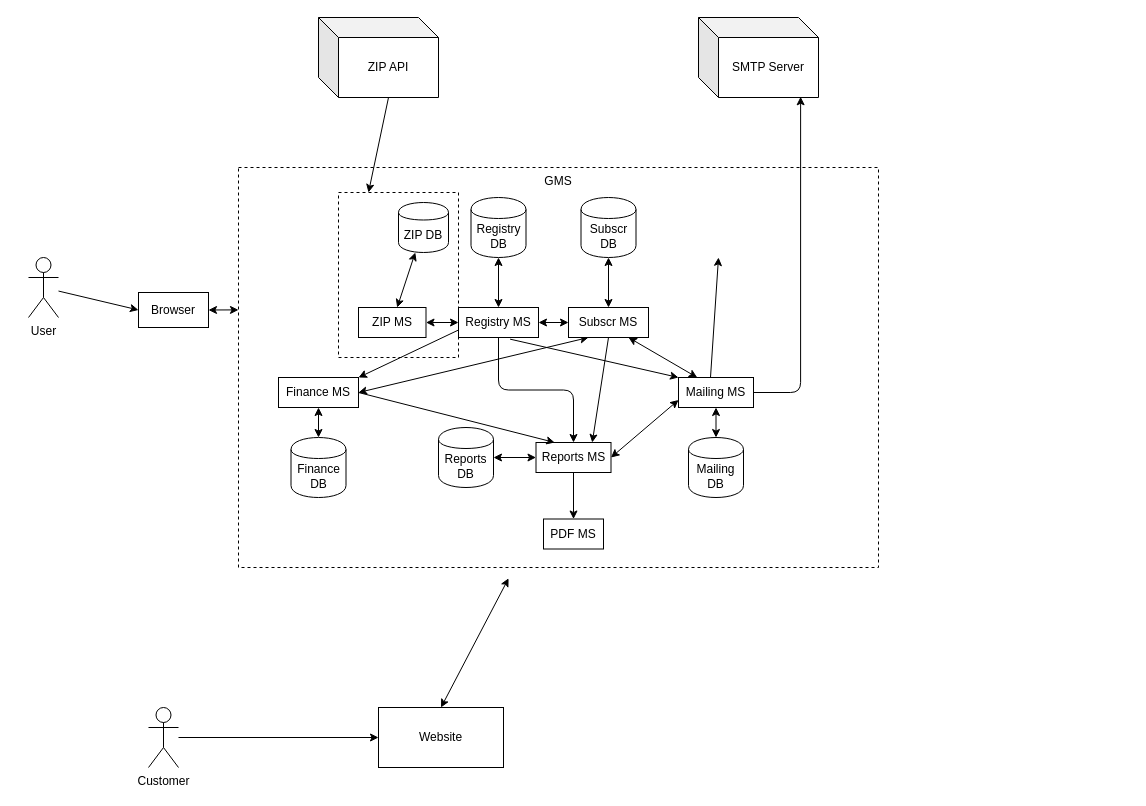
This is gms.drawio from vmacarios/gms, a draw.io file, before an edit. Source tidied: cells renumbered, new cells numbered last; positions are measured from the earlier drawing's top-left corner, leaving out a move shared by most shapes. Both pictures are drawn from the tidied source at 100%, with x=0, y=0 at pixel (28, 17).
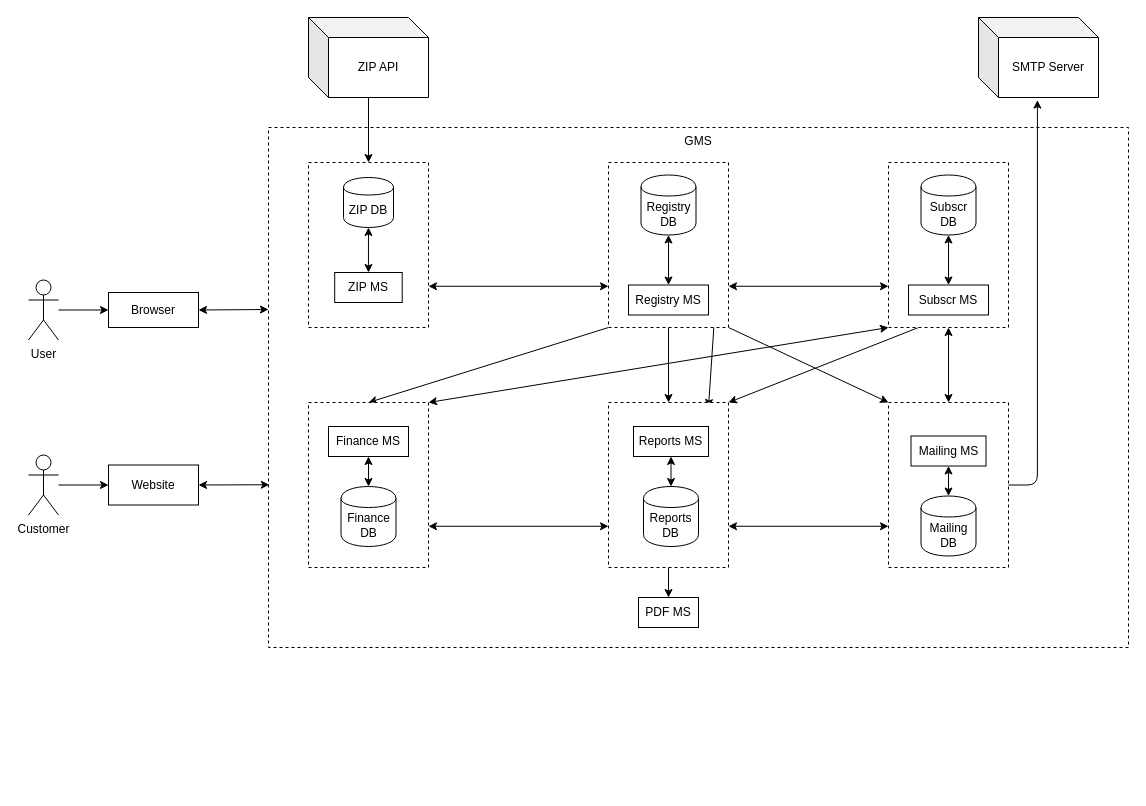
The same diagram, later.

The edit, as a diff of the source:
```diff
@@
     <mxCell id="2" value="GMS" style="rounded=0;whiteSpace=wrap;html=1;verticalAlign=top;align=center;dashed=1;" parent="1" vertex="1">
-      <mxGeometry x="210" y="150" width="640" height="400" as="geometry" />
+      <mxGeometry x="240" y="110" width="860" height="520" as="geometry" />
     </mxCell>
-    <mxCell id="3" style="rounded=0;whiteSpace=wrap;html=1;dashed=1;align=center;" parent="1" vertex="1">
-      <mxGeometry x="310" y="175" width="120" height="165" as="geometry" />
-    </mxCell>
-    <mxCell id="4" value="Registry DB" style="shape=cylinder;whiteSpace=wrap;html=1;boundedLbl=1;backgroundOutline=1;" parent="1" vertex="1">
-      <mxGeometry x="442.5" y="180" width="55" height="60" as="geometry" />
-    </mxCell>
+    <mxCell id="47" style="edgeStyle=none;rounded=1;comic=0;jettySize=auto;html=1;exitX=0.5;exitY=1;exitDx=0;exitDy=0;entryX=0.5;entryY=0;entryDx=0;entryDy=0;shadow=0;startArrow=none;startFill=0;endArrow=classic;endFill=1;" parent="1" edge="1" source="59" target="18">
+      <mxGeometry relative="1" as="geometry" />
+    </mxCell>
+    <mxCell id="48" style="edgeStyle=none;rounded=1;comic=0;jettySize=auto;html=1;exitX=1;exitY=0.75;exitDx=0;exitDy=0;entryX=0;entryY=0.75;entryDx=0;entryDy=0;shadow=0;startArrow=classic;startFill=1;endArrow=classic;endFill=1;" parent="1" edge="1" source="59" target="57">
+      <mxGeometry relative="1" as="geometry" />
+    </mxCell>
+    <mxCell id="49" style="edgeStyle=none;rounded=1;comic=0;jettySize=auto;html=1;exitX=1;exitY=0.75;exitDx=0;exitDy=0;entryX=0;entryY=0.75;entryDx=0;entryDy=0;shadow=0;startArrow=classic;startFill=1;endArrow=classic;endFill=1;" parent="1" edge="1" source="61" target="59">
+      <mxGeometry relative="1" as="geometry" />
+    </mxCell>
+    <mxCell id="50" style="edgeStyle=none;rounded=1;comic=0;jettySize=auto;html=1;exitX=0.5;exitY=1;exitDx=0;exitDy=0;entryX=0.5;entryY=0;entryDx=0;entryDy=0;shadow=0;startArrow=none;startFill=0;endArrow=classic;endFill=1;" parent="1" edge="1" source="64" target="59">
+      <mxGeometry relative="1" as="geometry" />
+    </mxCell>
+    <mxCell id="51" style="edgeStyle=none;rounded=1;comic=0;jettySize=auto;html=1;exitX=0;exitY=1;exitDx=0;exitDy=0;entryX=0.5;entryY=0;entryDx=0;entryDy=0;shadow=0;startArrow=none;startFill=0;endArrow=classic;endFill=1;" parent="1" edge="1" source="64" target="61">
+      <mxGeometry relative="1" as="geometry" />
+    </mxCell>
+    <mxCell id="52" style="edgeStyle=none;rounded=1;comic=0;jettySize=auto;html=1;exitX=1;exitY=1;exitDx=0;exitDy=0;entryX=0;entryY=0;entryDx=0;entryDy=0;shadow=0;startArrow=none;startFill=0;endArrow=classic;endFill=1;" parent="1" edge="1" source="64" target="57">
+      <mxGeometry relative="1" as="geometry" />
+    </mxCell>
+    <mxCell id="53" style="edgeStyle=none;rounded=1;comic=0;jettySize=auto;html=1;exitX=0;exitY=1;exitDx=0;exitDy=0;entryX=1;entryY=0;entryDx=0;entryDy=0;shadow=0;startArrow=classic;startFill=1;endArrow=classic;endFill=1;" parent="1" edge="1" source="66" target="61">
+      <mxGeometry relative="1" as="geometry" />
+    </mxCell>
+    <mxCell id="54" style="edgeStyle=none;rounded=1;comic=0;jettySize=auto;html=1;entryX=0.5;entryY=0;entryDx=0;entryDy=0;shadow=0;startArrow=classic;startFill=1;endArrow=classic;endFill=1;" parent="1" edge="1" source="66" target="57">
+      <mxGeometry relative="1" as="geometry" />
+    </mxCell>
+    <mxCell id="55" style="edgeStyle=none;rounded=1;comic=0;jettySize=auto;html=1;exitX=0.25;exitY=1;exitDx=0;exitDy=0;entryX=1;entryY=0;entryDx=0;entryDy=0;shadow=0;startArrow=none;startFill=0;endArrow=classic;endFill=1;" parent="1" edge="1" source="66" target="59">
+      <mxGeometry relative="1" as="geometry" />
+    </mxCell>
+    <mxCell id="13" style="rounded=1;comic=0;jettySize=auto;html=1;exitX=1;exitY=0.5;exitDx=0;exitDy=0;entryX=0.001;entryY=0.687;entryDx=0;entryDy=0;entryPerimeter=0;shadow=0;startArrow=classic;startFill=1;endArrow=classic;endFill=1;" parent="1" edge="1" source="5" target="2">
+      <mxGeometry relative="1" as="geometry" />
+    </mxCell>
     <mxCell id="5" value="Website" style="rounded=0;whiteSpace=wrap;html=1;" parent="1" vertex="1">
-      <mxGeometry x="350" y="690" width="125" height="60" as="geometry" />
+      <mxGeometry x="80" y="447.5" width="90" height="40" as="geometry" />
     </mxCell>
@@
     <mxCell id="7" value="User" style="shape=umlActor;verticalLabelPosition=bottom;labelBackgroundColor=#ffffff;verticalAlign=top;html=1;outlineConnect=0;" parent="1" vertex="1">
-      <mxGeometry y="240" width="30" height="60" as="geometry" />
+      <mxGeometry y="262.5" width="30" height="60" as="geometry" />
     </mxCell>
     <mxCell id="8" value="Customer" style="shape=umlActor;verticalLabelPosition=bottom;labelBackgroundColor=#ffffff;verticalAlign=top;html=1;outlineConnect=0;" parent="1" vertex="1">
-      <mxGeometry x="120" y="690" width="30" height="60" as="geometry" />
+      <mxGeometry y="437.5" width="30" height="60" as="geometry" />
     </mxCell>
-    <mxCell id="9" value="ZIP DB" style="shape=cylinder;whiteSpace=wrap;html=1;boundedLbl=1;backgroundOutline=1;" parent="1" vertex="1">
-      <mxGeometry x="370" y="185" width="50" height="50" as="geometry" />
-    </mxCell>
@@
-    <mxCell id="11" style="endArrow=classic;startArrow=classic;html=1;entryX=0.5;entryY=1;entryDx=0;entryDy=0;" parent="1" edge="1" source="20" target="4">
-      <mxGeometry relative="1" as="geometry" />
-    </mxCell>
     <mxCell id="12" value="SMTP Server" style="shape=cube;whiteSpace=wrap;html=1;boundedLbl=1;backgroundOutline=1;darkOpacity=0.05;darkOpacity2=0.1;" parent="1" vertex="1">
-      <mxGeometry x="670" width="120" height="80" as="geometry" />
+      <mxGeometry x="950" width="120" height="80" as="geometry" />
     </mxCell>
-    <mxCell id="13" style="endArrow=classic;html=1;shadow=0;exitX=0.5;exitY=0;exitDx=0;exitDy=0;entryX=0.422;entryY=1.027;entryDx=0;entryDy=0;startArrow=classic;startFill=1;entryPerimeter=0;" parent="1" edge="1" source="5" target="2">
-      <mxGeometry relative="1" as="geometry" />
-    </mxCell>
     <mxCell id="14" value="ZIP API" style="shape=cube;whiteSpace=wrap;html=1;boundedLbl=1;backgroundOutline=1;darkOpacity=0.05;darkOpacity2=0.1;" parent="1" vertex="1">
-      <mxGeometry x="290" width="120" height="80" as="geometry" />
+      <mxGeometry x="280" width="120" height="80" as="geometry" />
     </mxCell>
-    <mxCell id="15" style="endArrow=classic;html=1;shadow=0;entryX=0.25;entryY=0;entryDx=0;entryDy=0;" parent="1" edge="1" target="3">
+    <mxCell id="15" style="endArrow=classic;html=1;shadow=0;entryX=0.5;entryY=0;entryDx=0;entryDy=0;" parent="1" edge="1" target="3">
       <mxGeometry relative="1" as="geometry">
-        <mxPoint x="360" y="80" as="sourcePoint" />
+        <mxPoint x="340" y="80" as="sourcePoint" />
       </mxGeometry>
     </mxCell>
+    <mxCell id="18" value="PDF MS" style="rounded=0;whiteSpace=wrap;html=1;align=center;" parent="1" vertex="1">
+      <mxGeometry x="610" y="580" width="60" height="30" as="geometry" />
+    </mxCell>
+    <mxCell id="19" style="edgeStyle=orthogonalEdgeStyle;rounded=1;comic=0;jettySize=auto;html=1;exitX=1;exitY=0.75;exitDx=0;exitDy=0;entryX=0;entryY=0.75;entryDx=0;entryDy=0;shadow=0;startArrow=classic;startFill=1;endArrow=classic;endFill=1;" parent="1" edge="1" source="64" target="66">
+      <mxGeometry relative="1" as="geometry" />
+    </mxCell>
+    <mxCell id="21" style="endArrow=classic;startArrow=classic;html=1;shadow=0;exitX=0;exitY=0.75;exitDx=0;exitDy=0;entryX=1;entryY=0.75;entryDx=0;entryDy=0;" parent="1" edge="1" source="64" target="3">
+      <mxGeometry relative="1" as="geometry" />
+    </mxCell>
+    <mxCell id="29" style="endArrow=classic;startArrow=classic;html=1;entryX=0.5;entryY=1;entryDx=0;entryDy=0;" parent="1" edge="1">
+      <mxGeometry relative="1" as="geometry">
+        <mxPoint x="680" y="390" as="sourcePoint" />
+        <mxPoint x="690" y="240" as="targetPoint" />
+      </mxGeometry>
+    </mxCell>
+    <mxCell id="45" style="edgeStyle=none;rounded=1;comic=0;jettySize=auto;html=1;exitX=1;exitY=0.5;exitDx=0;exitDy=0;entryX=0;entryY=0.35;entryDx=0;entryDy=0;entryPerimeter=0;shadow=0;startArrow=classic;startFill=1;endArrow=classic;endFill=1;" parent="1" edge="1" source="46" target="2">
+      <mxGeometry relative="1" as="geometry" />
+    </mxCell>
+    <mxCell id="46" value="Browser" style="rounded=0;whiteSpace=wrap;html=1;" parent="1" vertex="1">
+      <mxGeometry x="80" y="275" width="90" height="35" as="geometry" />
+    </mxCell>
+    <mxCell id="56" style="group;" parent="1" vertex="1">
+      <mxGeometry x="860" y="385" width="120" height="165" as="geometry" />
+    </mxCell>
+    <mxCell id="57" style="rounded=0;whiteSpace=wrap;html=1;dashed=1;align=center;" parent="56" vertex="1">
+      <mxGeometry width="120" height="165" as="geometry" />
+    </mxCell>
+    <mxCell id="37" value="Mailing MS" style="rounded=0;whiteSpace=wrap;html=1;align=center;" parent="56" vertex="1">
+      <mxGeometry x="22.5" y="33.5" width="75" height="30" as="geometry" />
+    </mxCell>
+    <mxCell id="38" value="Mailing DB" style="shape=cylinder;whiteSpace=wrap;html=1;boundedLbl=1;backgroundOutline=1;" parent="56" vertex="1">
+      <mxGeometry x="32.5" y="93.5" width="55" height="60" as="geometry" />
+    </mxCell>
+    <mxCell id="36" style="edgeStyle=none;rounded=1;comic=0;jettySize=auto;html=1;exitX=0.5;exitY=1;exitDx=0;exitDy=0;entryX=0.5;entryY=0;entryDx=0;entryDy=0;shadow=0;startArrow=classic;startFill=1;endArrow=classic;endFill=1;" parent="56" edge="1" source="37" target="38">
+      <mxGeometry relative="1" as="geometry" />
+    </mxCell>
+    <mxCell id="58" style="group;" parent="1" vertex="1">
+      <mxGeometry x="580" y="385" width="120" height="165" as="geometry" />
+    </mxCell>
+    <mxCell id="59" style="rounded=0;whiteSpace=wrap;html=1;dashed=1;align=center;" parent="58" vertex="1">
+      <mxGeometry width="120" height="165" as="geometry" />
+    </mxCell>
+    <mxCell id="34" value="Reports MS" style="rounded=0;whiteSpace=wrap;html=1;align=center;" parent="58" vertex="1">
+      <mxGeometry x="25" y="24" width="75" height="30" as="geometry" />
+    </mxCell>
+    <mxCell id="39" value="Reports DB" style="shape=cylinder;whiteSpace=wrap;html=1;boundedLbl=1;backgroundOutline=1;" parent="58" vertex="1">
+      <mxGeometry x="35" y="84" width="55" height="60" as="geometry" />
+    </mxCell>
+    <mxCell id="32" style="edgeStyle=none;rounded=1;comic=0;jettySize=auto;html=1;shadow=0;startArrow=classic;startFill=1;endArrow=classic;endFill=1;exitX=0.5;exitY=1;exitDx=0;exitDy=0;" parent="58" edge="1" source="34" target="39">
+      <mxGeometry relative="1" as="geometry" />
+    </mxCell>
+    <mxCell id="60" style="group;" parent="1" vertex="1">
+      <mxGeometry x="280" y="385" width="120" height="165" as="geometry" />
+    </mxCell>
+    <mxCell id="61" style="rounded=0;whiteSpace=wrap;html=1;dashed=1;align=center;" parent="60" vertex="1">
+      <mxGeometry width="120" height="165" as="geometry" />
+    </mxCell>
+    <mxCell id="42" value="Finance MS" style="rounded=0;whiteSpace=wrap;html=1;align=center;" parent="60" vertex="1">
+      <mxGeometry x="20" y="24" width="80" height="30" as="geometry" />
+    </mxCell>
+    <mxCell id="44" value="Finance DB" style="shape=cylinder;whiteSpace=wrap;html=1;boundedLbl=1;backgroundOutline=1;" parent="60" vertex="1">
+      <mxGeometry x="32.5" y="84" width="55" height="60" as="geometry" />
+    </mxCell>
+    <mxCell id="43" style="edgeStyle=none;rounded=1;comic=0;jettySize=auto;html=1;entryX=0.5;entryY=1;entryDx=0;entryDy=0;shadow=0;startArrow=classic;startFill=1;endArrow=classic;endFill=1;" parent="60" edge="1" source="44" target="42">
+      <mxGeometry relative="1" as="geometry" />
+    </mxCell>
+    <mxCell id="62" style="group;" parent="1" vertex="1">
+      <mxGeometry x="280" y="145" width="120" height="165" as="geometry" />
+    </mxCell>
+    <mxCell id="3" style="rounded=0;whiteSpace=wrap;html=1;dashed=1;align=center;" parent="62" vertex="1">
+      <mxGeometry width="120" height="165" as="geometry" />
+    </mxCell>
+    <mxCell id="9" value="ZIP DB" style="shape=cylinder;whiteSpace=wrap;html=1;boundedLbl=1;backgroundOutline=1;" parent="62" vertex="1">
+      <mxGeometry x="35" y="15" width="50" height="50" as="geometry" />
+    </mxCell>
-    <mxCell id="16" value="ZIP MS" style="rounded=0;whiteSpace=wrap;html=1;align=center;" parent="1" vertex="1">
-      <mxGeometry x="330" y="290" width="67.5" height="30" as="geometry" />
+    <mxCell id="16" value="ZIP MS" style="rounded=0;whiteSpace=wrap;html=1;align=center;" parent="62" vertex="1">
+      <mxGeometry x="26.2" y="110" width="67.5" height="30" as="geometry" />
     </mxCell>
-    <mxCell id="17" style="endArrow=classic;startArrow=classic;html=1;shadow=0;" parent="1" edge="1" source="16" target="9">
+    <mxCell id="17" style="endArrow=classic;startArrow=classic;html=1;shadow=0;" parent="62" edge="1" source="16" target="9">
       <mxGeometry relative="1" as="geometry" />
     </mxCell>
-    <mxCell id="18" value="PDF MS" style="rounded=0;whiteSpace=wrap;html=1;align=center;" parent="1" vertex="1">
-      <mxGeometry x="515" y="501.5" width="60" height="30" as="geometry" />
-    </mxCell>
-    <mxCell id="19" style="edgeStyle=orthogonalEdgeStyle;rounded=1;comic=0;jettySize=auto;html=1;exitX=1;exitY=0.5;exitDx=0;exitDy=0;entryX=0;entryY=0.5;entryDx=0;entryDy=0;shadow=0;startArrow=classic;startFill=1;endArrow=classic;endFill=1;" parent="1" edge="1" source="20" target="25">
-      <mxGeometry relative="1" as="geometry" />
-    </mxCell>
+    <mxCell id="63" style="group;" parent="1" vertex="1">
+      <mxGeometry x="580" y="145" width="120" height="165" as="geometry" />
+    </mxCell>
+    <mxCell id="64" style="rounded=0;whiteSpace=wrap;html=1;dashed=1;align=center;" parent="63" vertex="1">
+      <mxGeometry width="120" height="165" as="geometry" />
+    </mxCell>
+    <mxCell id="4" value="Registry DB" style="shape=cylinder;whiteSpace=wrap;html=1;boundedLbl=1;backgroundOutline=1;" parent="63" vertex="1">
+      <mxGeometry x="32.5" y="12.5" width="55" height="60" as="geometry" />
+    </mxCell>
-    <mxCell id="20" value="Registry MS" style="rounded=0;whiteSpace=wrap;html=1;align=center;" parent="1" vertex="1">
-      <mxGeometry x="430" y="290" width="80" height="30" as="geometry" />
+    <mxCell id="20" value="Registry MS" style="rounded=0;whiteSpace=wrap;html=1;align=center;" parent="63" vertex="1">
+      <mxGeometry x="20" y="122.5" width="80" height="30" as="geometry" />
     </mxCell>
-    <mxCell id="21" style="endArrow=classic;startArrow=classic;html=1;shadow=0;entryX=1;entryY=0.5;entryDx=0;entryDy=0;exitX=0;exitY=0.5;exitDx=0;exitDy=0;" parent="1" edge="1" source="20" target="16">
-      <mxGeometry relative="1" as="geometry" />
-    </mxCell>
-    <mxCell id="22" style="edgeStyle=none;rounded=1;comic=0;jettySize=auto;html=1;exitX=0.5;exitY=1;exitDx=0;exitDy=0;entryX=0.75;entryY=0;entryDx=0;entryDy=0;shadow=0;startArrow=none;startFill=0;endArrow=classic;endFill=1;" parent="1" edge="1" source="25" target="34">
-      <mxGeometry relative="1" as="geometry" />
-    </mxCell>
-    <mxCell id="23" style="edgeStyle=none;rounded=1;comic=0;jettySize=auto;html=1;exitX=0.75;exitY=1;exitDx=0;exitDy=0;entryX=0.25;entryY=0;entryDx=0;entryDy=0;shadow=0;startArrow=classic;startFill=1;endArrow=classic;endFill=1;" parent="1" edge="1" source="25" target="37">
-      <mxGeometry relative="1" as="geometry" />
-    </mxCell>
-    <mxCell id="24" style="edgeStyle=none;rounded=1;comic=0;jettySize=auto;html=1;exitX=0.25;exitY=1;exitDx=0;exitDy=0;entryX=1;entryY=0.5;entryDx=0;entryDy=0;shadow=0;startArrow=classic;startFill=1;endArrow=classic;endFill=1;" parent="1" edge="1" source="25" target="42">
-      <mxGeometry relative="1" as="geometry" />
-    </mxCell>
+    <mxCell id="11" style="endArrow=classic;startArrow=classic;html=1;entryX=0.5;entryY=1;entryDx=0;entryDy=0;" parent="63" edge="1" source="20" target="4">
+      <mxGeometry relative="1" as="geometry" />
+    </mxCell>
+    <mxCell id="65" style="group;" parent="1" vertex="1">
+      <mxGeometry x="860" y="145" width="120" height="165" as="geometry" />
+    </mxCell>
+    <mxCell id="66" style="rounded=0;whiteSpace=wrap;html=1;dashed=1;align=center;" parent="65" vertex="1">
+      <mxGeometry width="120" height="165" as="geometry" />
+    </mxCell>
-    <mxCell id="25" value="Subscr MS" style="rounded=0;whiteSpace=wrap;html=1;align=center;" parent="1" vertex="1">
-      <mxGeometry x="540" y="290" width="80" height="30" as="geometry" />
+    <mxCell id="25" value="Subscr MS" style="rounded=0;whiteSpace=wrap;html=1;align=center;" parent="65" vertex="1">
+      <mxGeometry x="20" y="122.5" width="80" height="30" as="geometry" />
     </mxCell>
-    <mxCell id="26" value="Subscr DB" style="shape=cylinder;whiteSpace=wrap;html=1;boundedLbl=1;backgroundOutline=1;" parent="1" vertex="1">
-      <mxGeometry x="552.5" y="180" width="55" height="60" as="geometry" />
+    <mxCell id="26" value="Subscr DB" style="shape=cylinder;whiteSpace=wrap;html=1;boundedLbl=1;backgroundOutline=1;" parent="65" vertex="1">
+      <mxGeometry x="32.5" y="12.5" width="55" height="60" as="geometry" />
     </mxCell>
-    <mxCell id="27" style="endArrow=classic;startArrow=classic;html=1;entryX=0.5;entryY=1;entryDx=0;entryDy=0;" parent="1" edge="1" source="25" target="26">
+    <mxCell id="27" style="endArrow=classic;startArrow=classic;html=1;entryX=0.5;entryY=1;entryDx=0;entryDy=0;" parent="65" edge="1" source="25" target="26">
       <mxGeometry relative="1" as="geometry" />
     </mxCell>
-    <mxCell id="28" style="rounded=1;comic=0;jettySize=auto;html=1;exitX=0.645;exitY=1.055;exitDx=0;exitDy=0;entryX=0;entryY=0;entryDx=0;entryDy=0;shadow=0;startArrow=none;startFill=0;endArrow=classic;endFill=1;exitPerimeter=0;" parent="1" edge="1" source="20" target="37">
-      <mxGeometry relative="1" as="geometry" />
-    </mxCell>
-    <mxCell id="29" style="endArrow=classic;startArrow=classic;html=1;entryX=0.5;entryY=1;entryDx=0;entryDy=0;" parent="1" edge="1">
-      <mxGeometry relative="1" as="geometry">
-        <mxPoint x="680" y="390" as="sourcePoint" />
-        <mxPoint x="690" y="240" as="targetPoint" />
-      </mxGeometry>
-    </mxCell>
-    <mxCell id="30" style="edgeStyle=orthogonalEdgeStyle;rounded=1;comic=0;jettySize=auto;html=1;entryX=0.5;entryY=1;entryDx=0;entryDy=0;shadow=0;startArrow=classic;startFill=1;endArrow=none;endFill=0;" parent="1" edge="1" source="34" target="20">
-      <mxGeometry relative="1" as="geometry" />
-    </mxCell>
-    <mxCell id="31" style="edgeStyle=orthogonalEdgeStyle;rounded=1;comic=0;jettySize=auto;html=1;exitX=0.5;exitY=1;exitDx=0;exitDy=0;entryX=0.5;entryY=0;entryDx=0;entryDy=0;shadow=0;startArrow=none;startFill=0;endArrow=classic;endFill=1;" parent="1" edge="1" source="34" target="18">
-      <mxGeometry relative="1" as="geometry" />
-    </mxCell>
-    <mxCell id="32" style="edgeStyle=none;rounded=1;comic=0;jettySize=auto;html=1;entryX=1;entryY=0.5;entryDx=0;entryDy=0;shadow=0;startArrow=classic;startFill=1;endArrow=classic;endFill=1;" parent="1" edge="1" source="34" target="39">
-      <mxGeometry relative="1" as="geometry" />
-    </mxCell>
-    <mxCell id="33" style="edgeStyle=none;rounded=1;comic=0;jettySize=auto;html=1;exitX=1;exitY=0.5;exitDx=0;exitDy=0;entryX=0;entryY=0.75;entryDx=0;entryDy=0;shadow=0;startArrow=classic;startFill=1;endArrow=classic;endFill=1;" parent="1" edge="1" source="34" target="37">
-      <mxGeometry relative="1" as="geometry" />
-    </mxCell>
-    <mxCell id="34" value="Reports MS" style="rounded=0;whiteSpace=wrap;html=1;align=center;" parent="1" vertex="1">
-      <mxGeometry x="507.5" y="425" width="75" height="30" as="geometry" />
-    </mxCell>
-    <mxCell id="35" style="edgeStyle=orthogonalEdgeStyle;rounded=1;comic=0;jettySize=auto;html=1;exitX=1;exitY=0.5;exitDx=0;exitDy=0;entryX=0.851;entryY=0.991;entryDx=0;entryDy=0;entryPerimeter=0;shadow=0;startArrow=none;startFill=0;endArrow=classic;endFill=1;" parent="1" edge="1" source="37" target="12">
-      <mxGeometry relative="1" as="geometry" />
-    </mxCell>
-    <mxCell id="36" style="edgeStyle=none;rounded=1;comic=0;jettySize=auto;html=1;exitX=0.5;exitY=1;exitDx=0;exitDy=0;entryX=0.5;entryY=0;entryDx=0;entryDy=0;shadow=0;startArrow=classic;startFill=1;endArrow=classic;endFill=1;" parent="1" edge="1" source="37" target="38">
-      <mxGeometry relative="1" as="geometry" />
-    </mxCell>
-    <mxCell id="37" value="Mailing MS" style="rounded=0;whiteSpace=wrap;html=1;align=center;" parent="1" vertex="1">
-      <mxGeometry x="650" y="360" width="75" height="30" as="geometry" />
-    </mxCell>
-    <mxCell id="38" value="Mailing DB" style="shape=cylinder;whiteSpace=wrap;html=1;boundedLbl=1;backgroundOutline=1;" parent="1" vertex="1">
-      <mxGeometry x="660" y="420" width="55" height="60" as="geometry" />
-    </mxCell>
-    <mxCell id="39" value="Reports DB" style="shape=cylinder;whiteSpace=wrap;html=1;boundedLbl=1;backgroundOutline=1;" parent="1" vertex="1">
-      <mxGeometry x="410" y="410" width="55" height="60" as="geometry" />
-    </mxCell>
-    <mxCell id="40" style="edgeStyle=none;rounded=1;comic=0;jettySize=auto;html=1;exitX=1;exitY=0;exitDx=0;exitDy=0;entryX=0;entryY=0.75;entryDx=0;entryDy=0;shadow=0;startArrow=classic;startFill=1;endArrow=none;endFill=0;" parent="1" edge="1" source="42" target="20">
-      <mxGeometry relative="1" as="geometry" />
-    </mxCell>
-    <mxCell id="41" style="edgeStyle=none;rounded=1;comic=0;jettySize=auto;html=1;exitX=1;exitY=0.5;exitDx=0;exitDy=0;entryX=0.25;entryY=0;entryDx=0;entryDy=0;shadow=0;startArrow=none;startFill=0;endArrow=classic;endFill=1;" parent="1" edge="1" source="42" target="34">
-      <mxGeometry relative="1" as="geometry" />
-    </mxCell>
-    <mxCell id="42" value="Finance MS" style="rounded=0;whiteSpace=wrap;html=1;align=center;" parent="1" vertex="1">
-      <mxGeometry x="250" y="360" width="80" height="30" as="geometry" />
-    </mxCell>
-    <mxCell id="43" style="edgeStyle=none;rounded=1;comic=0;jettySize=auto;html=1;entryX=0.5;entryY=1;entryDx=0;entryDy=0;shadow=0;startArrow=classic;startFill=1;endArrow=classic;endFill=1;" parent="1" edge="1" source="44" target="42">
-      <mxGeometry relative="1" as="geometry" />
-    </mxCell>
-    <mxCell id="44" value="Finance DB" style="shape=cylinder;whiteSpace=wrap;html=1;boundedLbl=1;backgroundOutline=1;" parent="1" vertex="1">
-      <mxGeometry x="262.5" y="420" width="55" height="60" as="geometry" />
-    </mxCell>
-    <mxCell id="45" style="edgeStyle=none;rounded=1;comic=0;jettySize=auto;html=1;exitX=1;exitY=0.5;exitDx=0;exitDy=0;entryX=0;entryY=0.356;entryDx=0;entryDy=0;entryPerimeter=0;shadow=0;startArrow=classic;startFill=1;endArrow=classic;endFill=1;" parent="1" edge="1" source="46" target="2">
-      <mxGeometry relative="1" as="geometry" />
-    </mxCell>
-    <mxCell id="46" value="Browser" style="rounded=0;whiteSpace=wrap;html=1;" parent="1" vertex="1">
-      <mxGeometry x="110" y="275" width="70" height="35" as="geometry" />
-    </mxCell>
+    <mxCell id="67" style="edgeStyle=orthogonalEdgeStyle;rounded=1;comic=0;jettySize=auto;html=1;exitX=1;exitY=0.5;exitDx=0;exitDy=0;entryX=0.491;entryY=1.033;entryDx=0;entryDy=0;entryPerimeter=0;shadow=0;startArrow=none;startFill=0;endArrow=classic;endFill=1;" parent="1" edge="1" source="57" target="12">
+      <mxGeometry relative="1" as="geometry" />
+    </mxCell>
```
